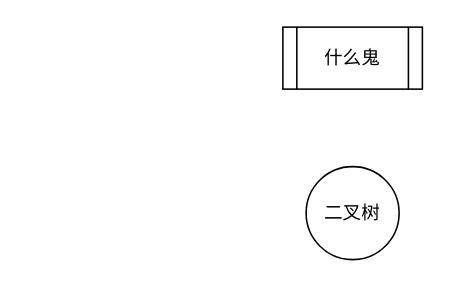
Above: Untitled Diagram.drawio in xp-bear/drawio (draw.io), before the change. Source tidied: cells renumbered, new cells numbered last; positions are measured from the earlier drawing's top-left corner, leaving out a move shared by most shapes. Both pictures are drawn from the tidied source at 155%, with x=0, y=0 at pixel (282, 26).
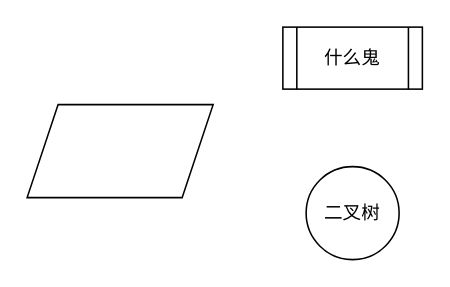
The same diagram, later.

The edit, as a diff of the source:
```diff
@@
 <mxGraphModel>
   <root>
     <mxCell id="0" />
     <mxCell id="1" parent="0" />
     <mxCell id="2" value="二叉树" style="ellipse;whiteSpace=wrap;html=1;" parent="1" vertex="1">
       <mxGeometry x="15" y="90" width="60" height="60" as="geometry" />
     </mxCell>
     <mxCell id="3" value="什么鬼" style="shape=process;whiteSpace=wrap;html=1;backgroundOutline=1;" parent="1" vertex="1">
       <mxGeometry width="90" height="40" as="geometry" />
     </mxCell>
+    <mxCell id="4" style="shape=parallelogram;perimeter=parallelogramPerimeter;whiteSpace=wrap;html=1;fixedSize=1;" parent="1" vertex="1">
+      <mxGeometry x="-165" y="50" width="120" height="60" as="geometry" />
+    </mxCell>
   </root>
 </mxGraphModel>
```
